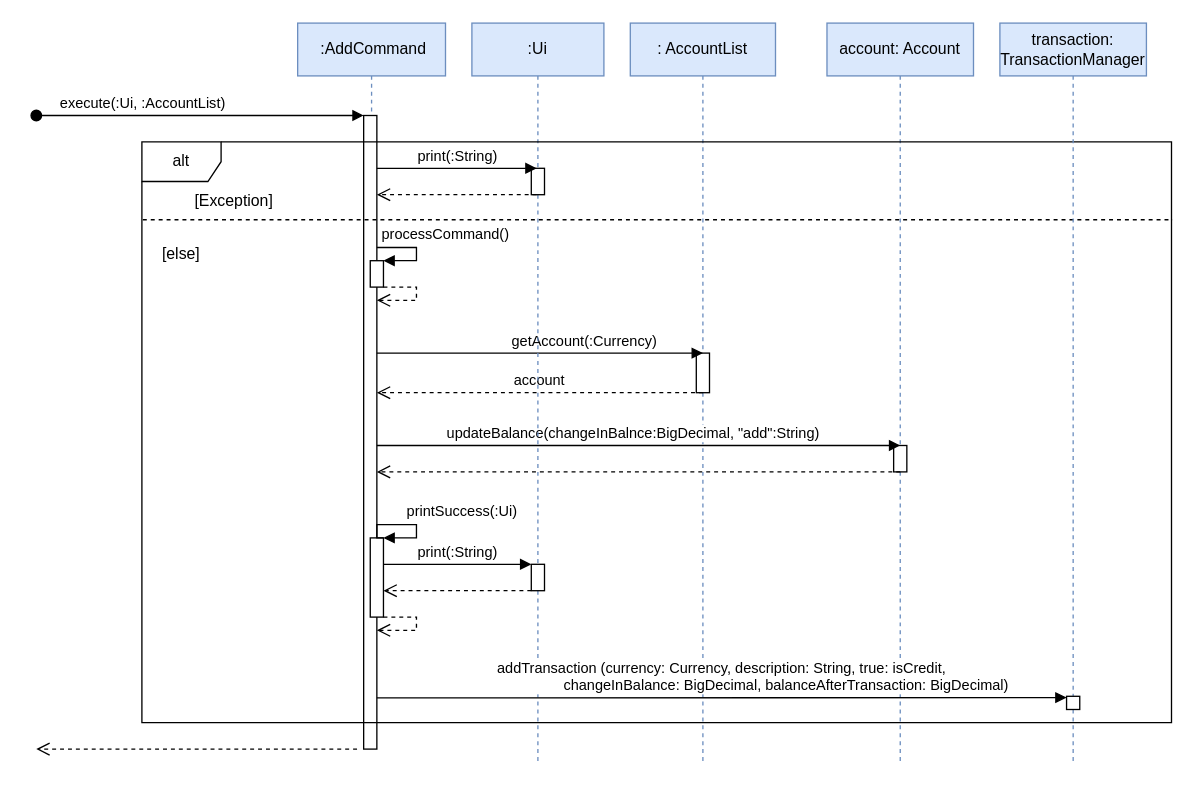
Before: docs/diagrams/AddCommandSeqDiagram.drawio in woowenjun99/tp, a draw.io diagram. Source tidied: cells renumbered, new cells numbered last; positions are measured from the earlier drawing's top-left corner, leaving out a move shared by most shapes. Both pictures are drawn from the tidied source at 132%, with x=0, y=0 at pixel (36, 22).
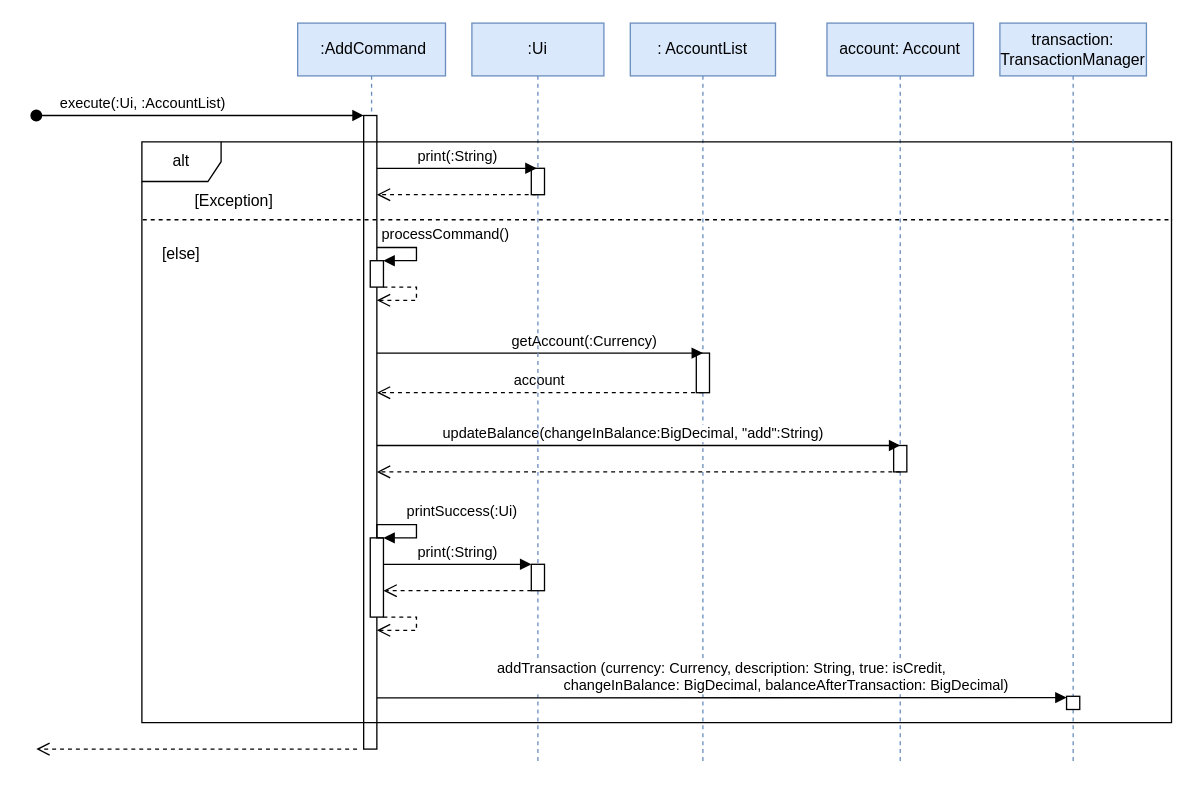
Above is the later version.

Commit message (it also covers changes not shown here):
Modify add, withdraw seq diagram

Diff of the diagram source:
```diff
@@
-    <mxCell id="17" value="updateBalance(changeInBalnce:BigDecimal, &quot;add&quot;:String)" style="html=1;verticalAlign=bottom;endArrow=block;edgeStyle=elbowEdgeStyle;elbow=vertical;curved=0;rounded=0;" parent="1" edge="1">
+    <mxCell id="17" value="updateBalance(changeInBalance:BigDecimal, &quot;add&quot;:String)" style="html=1;verticalAlign=bottom;endArrow=block;edgeStyle=elbowEdgeStyle;elbow=vertical;curved=0;rounded=0;" parent="1" edge="1">
       <mxGeometry x="-0.02" relative="1" as="geometry">
         <mxPoint x="258" y="320" as="sourcePoint" />
         <mxPoint x="654.5" y="320" as="targetPoint" />
         <Array as="points">
           <mxPoint x="475" y="320" />
           <mxPoint x="495" y="340" />
           <mxPoint x="415" y="310" />
           <mxPoint x="495" y="358" />
           <mxPoint x="495" y="338" />
           <mxPoint x="445" y="328" />
           <mxPoint x="395" y="358" />
         </Array>
       </mxGeometry>
     </mxCell>
```
